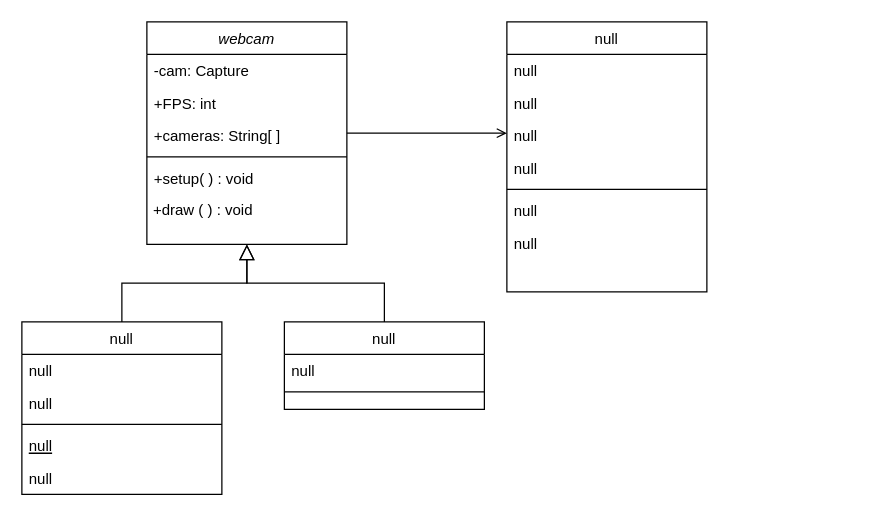
Above: UML.drawio in Memin124/final_project (draw.io), before the change. Source tidied: cells renumbered, new cells numbered last; positions are measured from the earlier drawing's top-left corner, leaving out a move shared by most shapes. Both pictures are drawn from the tidied source at 125%, with x=0, y=0 at pixel (21, 21).
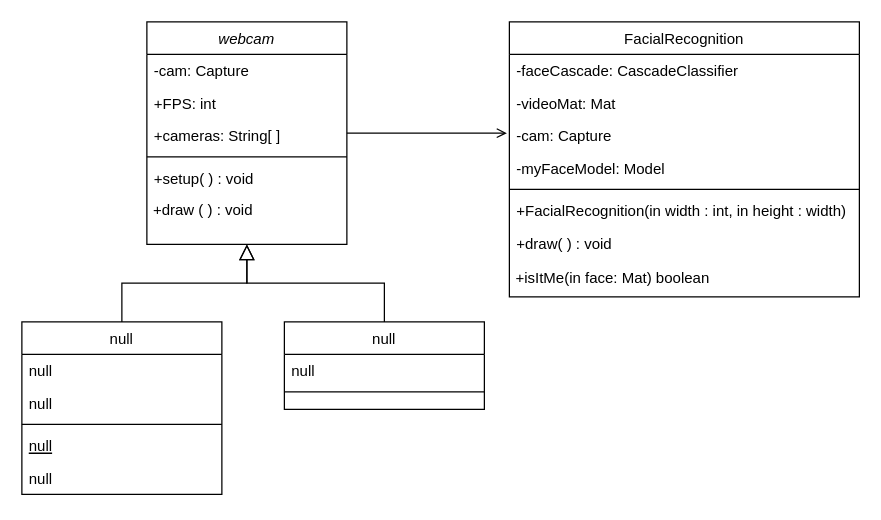
The same page after the edit.

The change refers to these unchanged cells:
```xml
<mxCell id="2" value="webcam" style="swimlane;fontStyle=2;align=center;verticalAlign=top;horizontal=1;startSize=26;rounded=0;shadow=0;strokeWidth=1;" parent="1" vertex="1">
  <mxGeometry x="100" width="160" height="178" as="geometry" />
</mxCell>
```

What changed in the source:
```diff
@@
-    <mxCell id="20" value="null" style="swimlane;fontStyle=0;align=center;verticalAlign=top;horizontal=1;startSize=26;rounded=0;shadow=0;strokeWidth=1;" parent="1" vertex="1">
-      <mxGeometry x="388" width="160" height="216" as="geometry" />
-    </mxCell>
-    <mxCell id="21" value="null" style="text;align=left;verticalAlign=top;spacingLeft=4;spacingRight=4;overflow=hidden;rounded=0;shadow=0;html=0;" parent="20" vertex="1">
-      <mxGeometry y="26" width="160" height="26" as="geometry" />
-    </mxCell>
-    <mxCell id="22" value="null" style="text;align=left;verticalAlign=top;spacingLeft=4;spacingRight=4;overflow=hidden;rounded=0;shadow=0;html=0;" parent="20" vertex="1">
-      <mxGeometry y="52" width="160" height="26" as="geometry" />
-    </mxCell>
-    <mxCell id="23" value="null" style="text;align=left;verticalAlign=top;spacingLeft=4;spacingRight=4;overflow=hidden;rounded=0;shadow=0;html=0;" parent="20" vertex="1">
-      <mxGeometry y="78" width="160" height="26" as="geometry" />
-    </mxCell>
-    <mxCell id="24" value="null" style="text;align=left;verticalAlign=top;spacingLeft=4;spacingRight=4;overflow=hidden;rounded=0;shadow=0;html=0;" parent="20" vertex="1">
-      <mxGeometry y="104" width="160" height="26" as="geometry" />
-    </mxCell>
-    <mxCell id="25" style="line;html=1;strokeWidth=1;align=left;verticalAlign=middle;spacingTop=-1;spacingLeft=3;spacingRight=3;labelPosition=right;" parent="20" vertex="1">
-      <mxGeometry y="130" width="160" height="8" as="geometry" />
-    </mxCell>
-    <mxCell id="26" value="null" style="text;align=left;verticalAlign=top;spacingLeft=4;spacingRight=4;overflow=hidden;" parent="20" vertex="1">
-      <mxGeometry y="138" width="160" height="26" as="geometry" />
-    </mxCell>
-    <mxCell id="27" value="null" style="text;align=left;verticalAlign=top;spacingLeft=4;spacingRight=4;overflow=hidden;" parent="20" vertex="1">
-      <mxGeometry y="164" width="160" height="26" as="geometry" />
-    </mxCell>
-    <mxCell id="28" style="endArrow=open;shadow=0;strokeWidth=1;rounded=0;endFill=1;edgeStyle=elbowEdgeStyle;elbow=vertical;" parent="1" edge="1" source="2" target="20">
+    <mxCell id="28" style="endArrow=open;shadow=0;strokeWidth=1;rounded=0;endFill=1;edgeStyle=elbowEdgeStyle;elbow=vertical;" parent="1" edge="1" source="2">
       <mxGeometry x="0.5" y="41" relative="1" as="geometry">
+        <mxPoint x="388" y="89" as="targetPoint" />
         <mxPoint x="-40" y="32" as="offset" />
       </mxGeometry>
     </mxCell>
+    <mxCell id="29" value="FacialRecognition" style="swimlane;fontStyle=0;align=center;verticalAlign=top;horizontal=1;startSize=26;rounded=0;shadow=0;strokeWidth=1;" parent="1" vertex="1">
+      <mxGeometry x="390" width="280" height="220" as="geometry" />
+    </mxCell>
+    <mxCell id="30" value="-faceCascade: CascadeClassifier " style="text;align=left;verticalAlign=top;spacingLeft=4;spacingRight=4;overflow=hidden;rounded=0;shadow=0;html=0;" parent="29" vertex="1">
+      <mxGeometry y="26" width="280" height="26" as="geometry" />
+    </mxCell>
+    <mxCell id="31" value="-videoMat: Mat" style="text;align=left;verticalAlign=top;spacingLeft=4;spacingRight=4;overflow=hidden;rounded=0;shadow=0;html=0;" parent="29" vertex="1">
+      <mxGeometry y="52" width="280" height="26" as="geometry" />
+    </mxCell>
+    <mxCell id="32" value="-cam: Capture" style="text;align=left;verticalAlign=top;spacingLeft=4;spacingRight=4;overflow=hidden;rounded=0;shadow=0;html=0;" parent="29" vertex="1">
+      <mxGeometry y="78" width="280" height="26" as="geometry" />
+    </mxCell>
+    <mxCell id="33" value="-myFaceModel: Model" style="text;align=left;verticalAlign=top;spacingLeft=4;spacingRight=4;overflow=hidden;rounded=0;shadow=0;html=0;" parent="29" vertex="1">
+      <mxGeometry y="104" width="280" height="26" as="geometry" />
+    </mxCell>
+    <mxCell id="34" style="line;html=1;strokeWidth=1;align=left;verticalAlign=middle;spacingTop=-1;spacingLeft=3;spacingRight=3;labelPosition=right;" parent="29" vertex="1">
+      <mxGeometry y="130" width="280" height="8" as="geometry" />
+    </mxCell>
+    <mxCell id="35" value="+FacialRecognition(in width : int, in height : width) " style="text;align=left;verticalAlign=top;spacingLeft=4;spacingRight=4;overflow=hidden;" parent="29" vertex="1">
+      <mxGeometry y="138" width="280" height="26" as="geometry" />
+    </mxCell>
+    <mxCell id="36" value="+draw( ) : void&#10;" style="text;align=left;verticalAlign=top;spacingLeft=4;spacingRight=4;overflow=hidden;" parent="29" vertex="1">
+      <mxGeometry y="164" width="280" height="26" as="geometry" />
+    </mxCell>
+    <mxCell id="37" value="&amp;nbsp;+isItMe(in face: Mat) boolean" style="text;html=1;align=left;verticalAlign=middle;strokeColor=none;fillColor=none;" parent="29" vertex="1">
+      <mxGeometry y="190" width="280" height="30" as="geometry" />
+    </mxCell>
```
